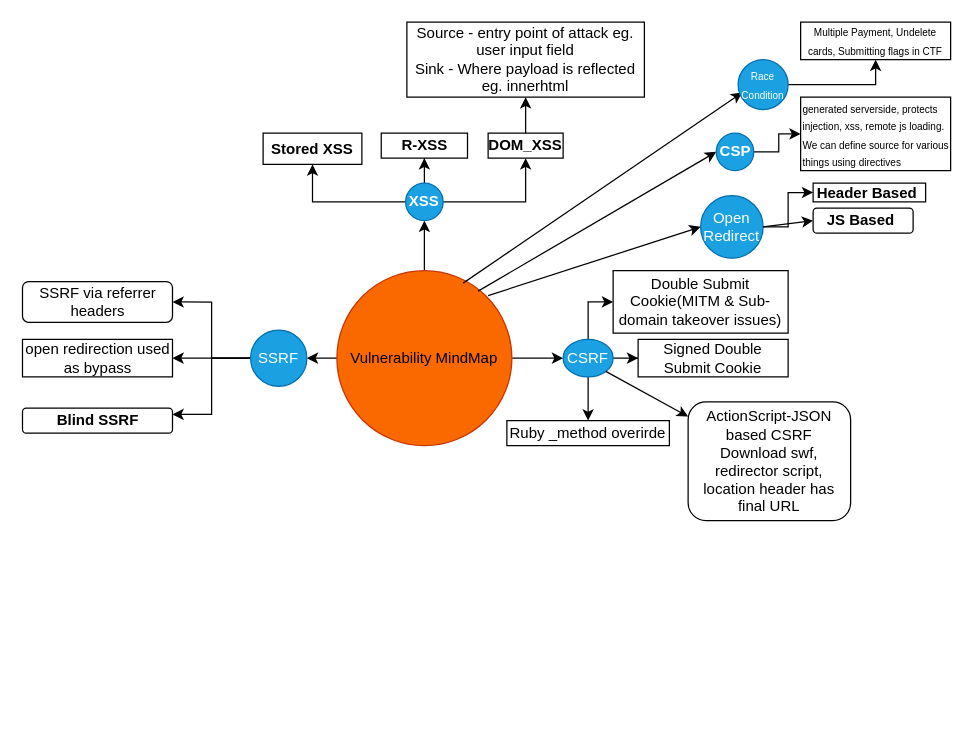
Earlier version of the draw.io diagram vulns.drawio (mkpmanish/bounty). Source tidied: cells renumbered, new cells numbered last; positions are measured from the earlier drawing's top-left corner, leaving out a move shared by most shapes. Both pictures are drawn from the tidied source at 125%, with x=0, y=0 at pixel (22, 21).
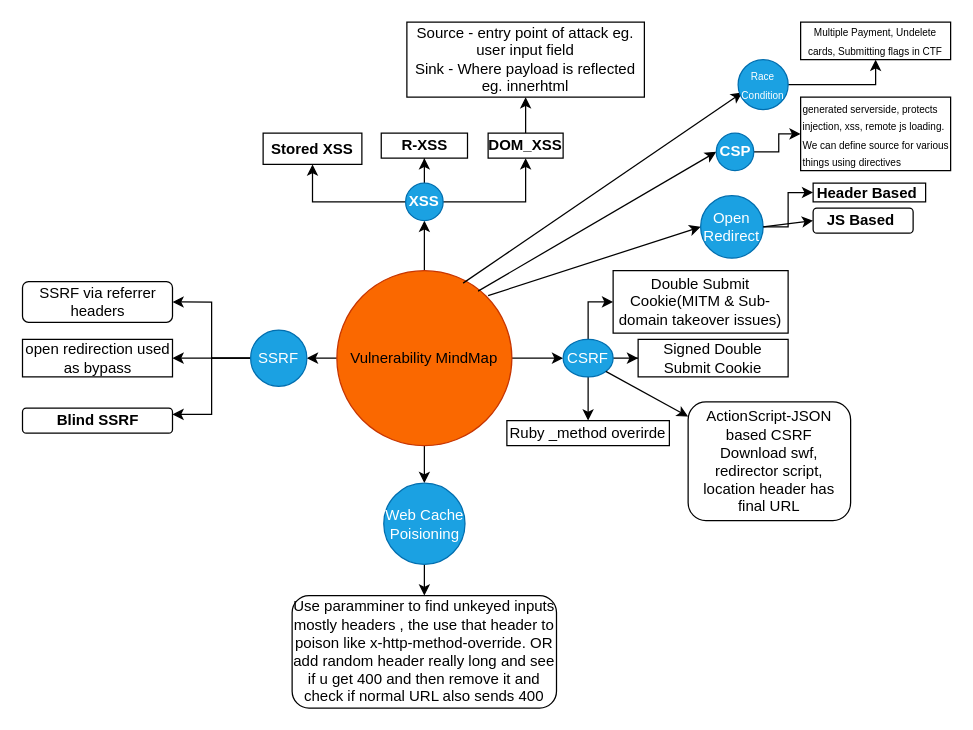
Above is the later version.

Commit message:
webcache poision

The change refers to these unchanged cells:
```xml
<mxCell id="5" value="Vulnerability MindMap" style="ellipse;whiteSpace=wrap;html=1;fillColor=#fa6800;fontColor=#000000;strokeColor=#C73500;" parent="1" vertex="1">
  <mxGeometry x="251" y="199" width="140" height="140" as="geometry" />
</mxCell>
```

Diff of the diagram source:
```diff
@@
+    <mxCell id="45" style="edgeStyle=orthogonalEdgeStyle;rounded=0;jettySize=auto;html=1;" parent="1" edge="1" source="5" target="47">
+      <mxGeometry relative="1" as="geometry" />
+    </mxCell>
@@
+    <mxCell id="46" style="edgeStyle=orthogonalEdgeStyle;rounded=0;jettySize=auto;html=1;" parent="1" edge="1" source="47" target="48">
+      <mxGeometry relative="1" as="geometry" />
+    </mxCell>
+    <mxCell id="47" value="Web Cache Poisioning" style="ellipse;whiteSpace=wrap;html=1;fillColor=#1ba1e2;fontColor=#ffffff;strokeColor=#006EAF;" parent="1" vertex="1">
+      <mxGeometry x="288.5" y="369" width="65" height="65" as="geometry" />
+    </mxCell>
+    <mxCell id="48" value="Use paramminer to find unkeyed inputs mostly headers , the use that header to poison like x-http-method-override. OR add random header really long and see if u get 400 and then remove it and check if normal URL also sends 400" style="rounded=1;whiteSpace=wrap;html=1;" parent="1" vertex="1">
+      <mxGeometry x="215.2" y="459" width="211.5" height="90" as="geometry" />
+    </mxCell>
```
